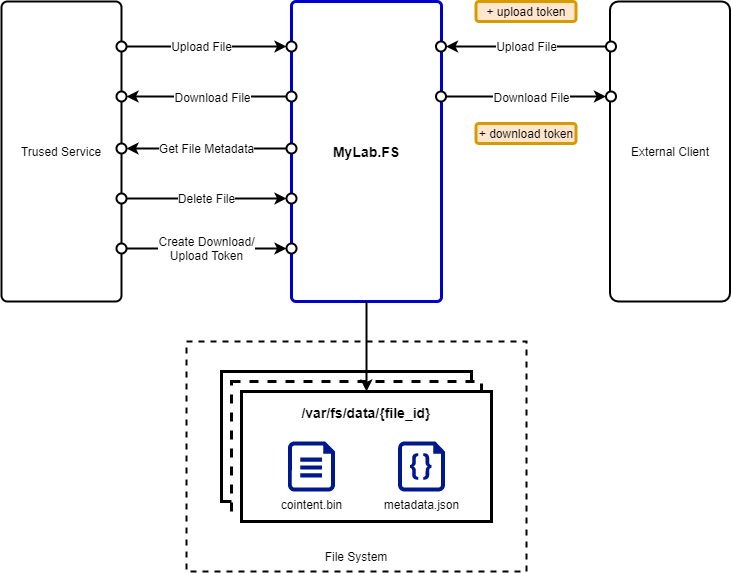
This is doc/diagramms/mylab-fs-inner.png from mylab-tools/file-storage, a draw.io export, as it was before one commit. Source tidied: cells renumbered, new cells last; positions are measured from the earlier drawing's top-left corner, leaving out a move shared by most shapes.
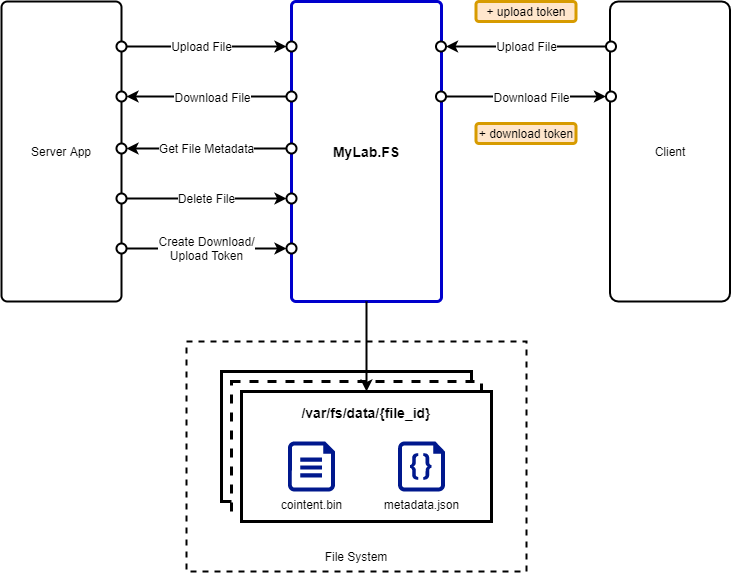
The same file after the commit.

The edit, as a diff of the source:
```diff
@@ -11,7 +11,7 @@
     <mxCell id="4" style="ellipse;whiteSpace=wrap;html=1;strokeWidth=2;fillColor=#ffffff;align=center;" parent="1" vertex="1">
       <mxGeometry x="285" y="40" width="10" height="10" as="geometry" />
     </mxCell>
-    <mxCell id="5" value="Trused Service" style="rounded=1;whiteSpace=wrap;html=1;strokeWidth=2;fillColor=#ffffff;align=center;arcSize=5;" parent="1" vertex="1">
+    <mxCell id="5" value="Server App" style="rounded=1;whiteSpace=wrap;html=1;strokeWidth=2;fillColor=#ffffff;align=center;arcSize=5;" parent="1" vertex="1">
       <mxGeometry width="120" height="300" as="geometry" />
     </mxCell>
     <mxCell id="6" value="Upload File" style="edgeStyle=orthogonalEdgeStyle;rounded=0;jettySize=auto;html=1;exitX=1;exitY=0.5;exitDx=0;exitDy=0;entryX=0;entryY=0.5;entryDx=0;entryDy=0;strokeWidth=2;fontSize=12;" parent="1" edge="1" target="4">
@@ -54,7 +54,7 @@
     <mxCell id="17" style="ellipse;whiteSpace=wrap;html=1;strokeWidth=2;fillColor=#ffffff;align=center;" parent="1" vertex="1">
       <mxGeometry x="115" y="192" width="10" height="10" as="geometry" />
     </mxCell>
-    <mxCell id="18" value="External Client" style="rounded=1;whiteSpace=wrap;html=1;strokeWidth=2;fillColor=#ffffff;align=center;arcSize=7;" parent="1" vertex="1">
+    <mxCell id="18" value="Client" style="rounded=1;whiteSpace=wrap;html=1;strokeWidth=2;fillColor=#ffffff;align=center;arcSize=7;" parent="1" vertex="1">
       <mxGeometry x="608.5" width="120" height="300" as="geometry" />
     </mxCell>
     <mxCell id="19" style="ellipse;whiteSpace=wrap;html=1;strokeWidth=2;fillColor=#ffffff;align=center;" parent="1" vertex="1">
```
